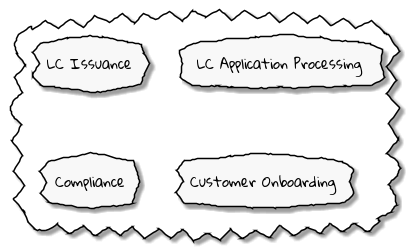
Above: images/lc-application.png in ddd-book-java/prem-website (PlantUML), before the change.
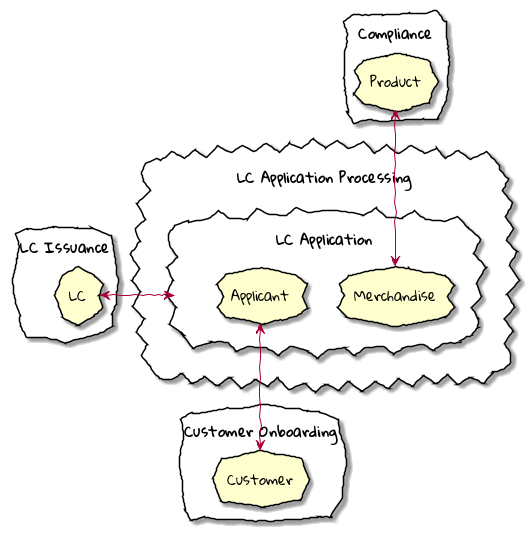
After the change.

The edit, as a diff of the source:
```diff
@@ -1,11 +1,25 @@
 @startuml
-skinparam monochrome true
 skinparam CloudFontName "Gloria Hallelujah"
 skinparam handwritten true
-cloud {
-    cloud "LC Issuance" as issuance
-    cloud "LC Application Processing"
-    cloud Compliance
-    cloud "Customer Onboarding"
+
+cloud "LC Issuance" as issuance {
+  cloud LC
 }
+cloud "LC Application Processing" {
+  cloud "LC Application" as App {
+    cloud Merchandise as p1
+    cloud Applicant
+  }
+}
+cloud Compliance {
+  cloud Product as p2
+}
+cloud "Customer Onboarding" as onboarding {
+  cloud Customer as customer
+}
+
+App <-left-> LC
+p1 <-up-> p2
+Applicant <--> customer
+
 @enduml
```
